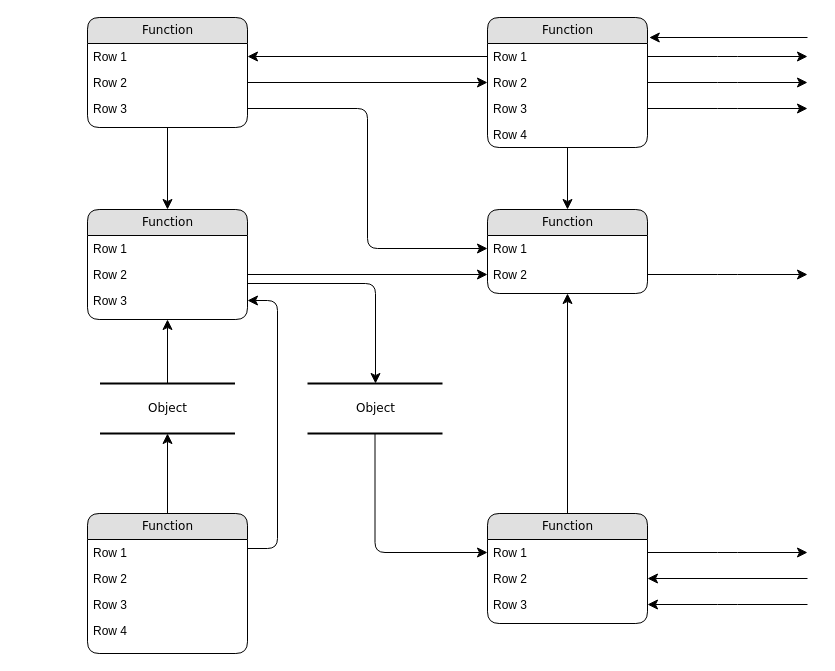
Earlier version of the draw.io diagram diagrams/Untitled Diagram.drawio (fgonzalezr1998/tfg_src). Source tidied: cells renumbered, new cells numbered last; positions are measured from the earlier drawing's top-left corner, leaving out a move shared by most shapes. Both pictures are drawn from the tidied source at 100%, with x=0, y=0 at pixel (87, 17).
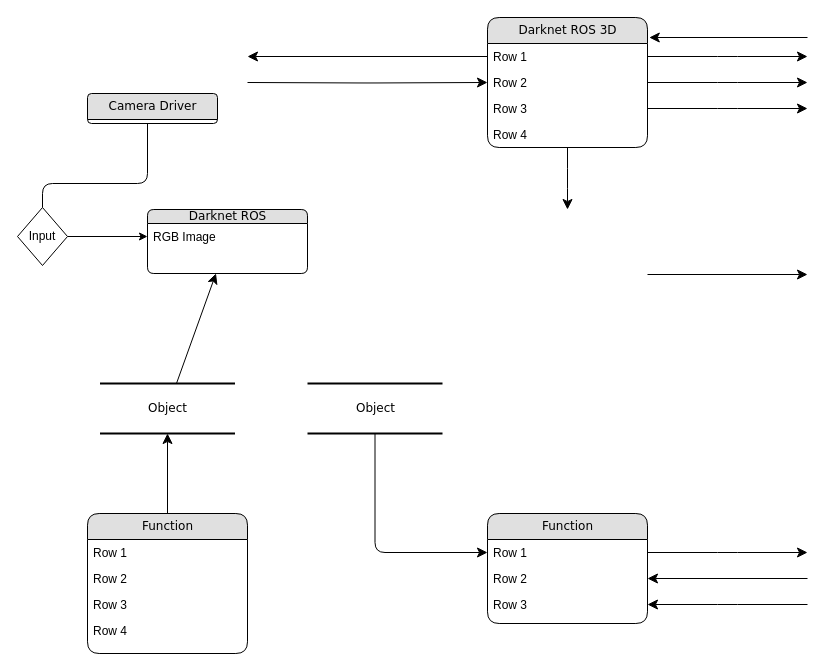
Above is the later version.

Unchanged cells that the change refers to:
```xml
<mxCell id="8" value="Row 1" style="text;html=1;strokeColor=none;fillColor=none;spacingLeft=4;spacingRight=4;whiteSpace=wrap;overflow=hidden;points=[[0,0.5],[1,0.5]];portConstraint=eastwest;" parent="7" vertex="1">
  <mxGeometry y="26" width="160" height="26" as="geometry" />
</mxCell>
<mxCell id="9" value="Row 2" style="text;html=1;strokeColor=none;fillColor=none;spacingLeft=4;spacingRight=4;whiteSpace=wrap;overflow=hidden;points=[[0,0.5],[1,0.5]];portConstraint=eastwest;" parent="7" vertex="1">
  <mxGeometry y="52" width="160" height="26" as="geometry" />
</mxCell>
<mxCell id="16" value="Function" style="swimlane;html=1;fontStyle=0;horizontal=1;startSize=26;fillColor=#e0e0e0;swimlaneFillColor=#ffffff;align=center;rounded=1;shadow=0;comic=0;labelBackgroundColor=none;strokeWidth=1;fontFamily=Verdana;fontSize=12;" parent="1" vertex="1">
  <mxGeometry y="496" width="160" height="140" as="geometry" />
</mxCell>
<mxCell id="24" value="Function" style="swimlane;html=1;fontStyle=0;horizontal=1;startSize=26;fillColor=#e0e0e0;swimlaneFillColor=#ffffff;align=center;rounded=1;shadow=0;comic=0;labelBackgroundColor=none;strokeWidth=1;fontFamily=Verdana;fontSize=12;" parent="1" vertex="1">
  <mxGeometry x="400" y="496" width="160" height="110" as="geometry" />
</mxCell>
<mxCell id="28" value="Object" style="html=1;rounded=0;shadow=0;comic=0;labelBackgroundColor=none;strokeWidth=2;fontFamily=Verdana;fontSize=12;align=center;shape=mxgraph.ios7ui.horLines;" parent="1" vertex="1">
  <mxGeometry x="220" y="366" width="135" height="50" as="geometry" />
</mxCell>
```

Change to the diagram source:
```diff
@@
-    <mxCell id="3" value="Function" style="swimlane;html=1;fontStyle=0;horizontal=1;startSize=26;fillColor=#e0e0e0;swimlaneFillColor=#ffffff;align=center;rounded=1;shadow=0;comic=0;labelBackgroundColor=none;strokeWidth=1;fontFamily=Verdana;fontSize=12;" parent="1" vertex="1">
-      <mxGeometry width="160" height="110" as="geometry" />
+    <mxCell id="3" value="Camera Driver" style="swimlane;html=1;fontStyle=0;horizontal=1;startSize=26;fillColor=#e0e0e0;swimlaneFillColor=#ffffff;align=center;rounded=1;shadow=0;comic=0;labelBackgroundColor=none;strokeWidth=1;fontFamily=Verdana;fontSize=12;" parent="1" vertex="1" collapsed="1">
+      <mxGeometry y="76" width="130" height="30" as="geometry" />
     </mxCell>
-    <mxCell id="4" value="Row 1" style="text;html=1;strokeColor=none;fillColor=none;spacingLeft=4;spacingRight=4;whiteSpace=wrap;overflow=hidden;points=[[0,0.5],[1,0.5]];portConstraint=eastwest;" parent="3" vertex="1">
-      <mxGeometry y="26" width="160" height="26" as="geometry" />
-    </mxCell>
-    <mxCell id="5" value="Row 2" style="text;html=1;strokeColor=none;fillColor=none;spacingLeft=4;spacingRight=4;whiteSpace=wrap;overflow=hidden;points=[[0,0.5],[1,0.5]];portConstraint=eastwest;" parent="3" vertex="1">
-      <mxGeometry y="52" width="160" height="26" as="geometry" />
-    </mxCell>
-    <mxCell id="6" value="Row 3" style="text;html=1;strokeColor=none;fillColor=none;spacingLeft=4;spacingRight=4;whiteSpace=wrap;overflow=hidden;points=[[0,0.5],[1,0.5]];portConstraint=eastwest;" parent="3" vertex="1">
-      <mxGeometry y="78" width="160" height="26" as="geometry" />
-    </mxCell>
-    <mxCell id="7" value="Function" style="swimlane;html=1;fontStyle=0;horizontal=1;startSize=26;fillColor=#e0e0e0;swimlaneFillColor=#ffffff;align=center;rounded=1;shadow=0;comic=0;labelBackgroundColor=none;strokeWidth=1;fontFamily=Verdana;fontSize=12;" parent="1" vertex="1">
+    <mxCell id="7" value="Darknet ROS 3D" style="swimlane;html=1;fontStyle=0;horizontal=1;startSize=26;fillColor=#e0e0e0;swimlaneFillColor=#ffffff;align=center;rounded=1;shadow=0;comic=0;labelBackgroundColor=none;strokeWidth=1;fontFamily=Verdana;fontSize=12;" parent="1" vertex="1">
       <mxGeometry x="400" width="160" height="130" as="geometry" />
     </mxCell>
@@
-    <mxCell id="12" value="Function" style="swimlane;html=1;fontStyle=0;horizontal=1;startSize=26;fillColor=#e0e0e0;swimlaneFillColor=#ffffff;align=center;rounded=1;shadow=0;comic=0;labelBackgroundColor=none;strokeWidth=1;fontFamily=Verdana;fontSize=12;" parent="1" vertex="1">
-      <mxGeometry y="192" width="160" height="110" as="geometry" />
+    <mxCell id="12" value="Darknet ROS" style="swimlane;html=1;fontStyle=0;horizontal=1;startSize=14;fillColor=#e0e0e0;swimlaneFillColor=#ffffff;align=center;rounded=1;shadow=0;comic=0;labelBackgroundColor=none;strokeWidth=1;fontFamily=Verdana;fontSize=12;" parent="1" vertex="1">
+      <mxGeometry x="60" y="192" width="160" height="64" as="geometry" />
     </mxCell>
-    <mxCell id="13" value="Row 1" style="text;html=1;strokeColor=none;fillColor=none;spacingLeft=4;spacingRight=4;whiteSpace=wrap;overflow=hidden;points=[[0,0.5],[1,0.5]];portConstraint=eastwest;" parent="12" vertex="1">
-      <mxGeometry y="26" width="160" height="26" as="geometry" />
+    <mxCell id="13" value="RGB Image" style="text;html=1;strokeColor=none;fillColor=none;spacingLeft=4;spacingRight=4;whiteSpace=wrap;overflow=hidden;points=[[0,0.5],[1,0.5]];portConstraint=eastwest;" parent="12" vertex="1">
+      <mxGeometry y="14" width="160" height="26" as="geometry" />
     </mxCell>
-    <mxCell id="14" value="Row 2" style="text;html=1;strokeColor=none;fillColor=none;spacingLeft=4;spacingRight=4;whiteSpace=wrap;overflow=hidden;points=[[0,0.5],[1,0.5]];portConstraint=eastwest;" parent="12" vertex="1">
-      <mxGeometry y="52" width="160" height="26" as="geometry" />
-    </mxCell>
-    <mxCell id="15" value="Row 3" style="text;html=1;strokeColor=none;fillColor=none;spacingLeft=4;spacingRight=4;whiteSpace=wrap;overflow=hidden;points=[[0,0.5],[1,0.5]];portConstraint=eastwest;" parent="12" vertex="1">
-      <mxGeometry y="78" width="160" height="26" as="geometry" />
-    </mxCell>
@@
-    <mxCell id="21" value="Function" style="swimlane;html=1;fontStyle=0;horizontal=1;startSize=26;fillColor=#e0e0e0;swimlaneFillColor=#ffffff;align=center;rounded=1;shadow=0;comic=0;labelBackgroundColor=none;strokeWidth=1;fontFamily=Verdana;fontSize=12;" parent="1" vertex="1">
-      <mxGeometry x="400" y="192" width="160" height="84" as="geometry" />
-    </mxCell>
-    <mxCell id="22" value="Row 1" style="text;html=1;strokeColor=none;fillColor=none;spacingLeft=4;spacingRight=4;whiteSpace=wrap;overflow=hidden;points=[[0,0.5],[1,0.5]];portConstraint=eastwest;" parent="21" vertex="1">
-      <mxGeometry y="26" width="160" height="26" as="geometry" />
-    </mxCell>
-    <mxCell id="23" value="Row 2" style="text;html=1;strokeColor=none;fillColor=none;spacingLeft=4;spacingRight=4;whiteSpace=wrap;overflow=hidden;points=[[0,0.5],[1,0.5]];portConstraint=eastwest;" parent="21" vertex="1">
-      <mxGeometry y="52" width="160" height="26" as="geometry" />
-    </mxCell>
@@
-    <mxCell id="31" style="edgeStyle=orthogonalEdgeStyle;html=1;labelBackgroundColor=none;startFill=0;startSize=8;endFill=1;endSize=8;fontFamily=Verdana;fontSize=12;exitX=1;exitY=0.25;entryX=1;entryY=0.5;" parent="1" edge="1" source="16" target="15">
-      <mxGeometry relative="1" as="geometry">
-        <Array as="points">
-          <mxPoint x="190" y="531" />
-          <mxPoint x="190" y="283" />
-        </Array>
-      </mxGeometry>
-    </mxCell>
@@
-    <mxCell id="33" style="edgeStyle=orthogonalEdgeStyle;html=1;labelBackgroundColor=none;startFill=0;startSize=8;endFill=1;endSize=8;fontFamily=Verdana;fontSize=12;" parent="1" edge="1" source="12" target="28">
-      <mxGeometry relative="1" as="geometry">
-        <Array as="points">
-          <mxPoint x="288" y="266" />
-        </Array>
-      </mxGeometry>
-    </mxCell>
-    <mxCell id="34" style="edgeStyle=orthogonalEdgeStyle;html=1;labelBackgroundColor=none;startFill=0;startSize=8;endFill=1;endSize=8;fontFamily=Verdana;fontSize=12;" parent="1" edge="1" source="3" target="12">
-      <mxGeometry relative="1" as="geometry" />
-    </mxCell>
-    <mxCell id="35" style="edgeStyle=orthogonalEdgeStyle;html=1;labelBackgroundColor=none;startFill=0;startSize=8;endFill=1;endSize=8;fontFamily=Verdana;fontSize=12;" parent="1" edge="1" source="24" target="21">
-      <mxGeometry relative="1" as="geometry" />
-    </mxCell>
-    <mxCell id="36" style="edgeStyle=orthogonalEdgeStyle;html=1;labelBackgroundColor=none;startFill=0;startSize=8;endFill=1;endSize=8;fontFamily=Verdana;fontSize=12;" parent="1" edge="1" source="7" target="21">
-      <mxGeometry relative="1" as="geometry" />
+    <mxCell id="36" style="edgeStyle=orthogonalEdgeStyle;html=1;labelBackgroundColor=none;startFill=0;startSize=8;endFill=1;endSize=8;fontFamily=Verdana;fontSize=12;" parent="1" edge="1" source="7">
+      <mxGeometry relative="1" as="geometry">
+        <mxPoint x="480" y="192" as="targetPoint" />
+      </mxGeometry>
     </mxCell>
-    <mxCell id="37" style="edgeStyle=orthogonalEdgeStyle;html=1;entryX=0;entryY=0.5;labelBackgroundColor=none;startFill=0;startSize=8;endFill=1;endSize=8;fontFamily=Verdana;fontSize=12;exitX=1;exitY=0.5;" parent="1" edge="1" source="5" target="9">
-      <mxGeometry relative="1" as="geometry" />
+    <mxCell id="37" style="edgeStyle=orthogonalEdgeStyle;html=1;entryX=0;entryY=0.5;labelBackgroundColor=none;startFill=0;startSize=8;endFill=1;endSize=8;fontFamily=Verdana;fontSize=12;exitX=1;exitY=0.5;" parent="1" edge="1" target="9">
+      <mxGeometry relative="1" as="geometry">
+        <mxPoint x="160" y="65" as="sourcePoint" />
+      </mxGeometry>
     </mxCell>
-    <mxCell id="38" style="edgeStyle=orthogonalEdgeStyle;html=1;exitX=0;exitY=0.5;entryX=1;entryY=0.5;labelBackgroundColor=none;startFill=0;startSize=8;endFill=1;endSize=8;fontFamily=Verdana;fontSize=12;" parent="1" edge="1" source="8" target="4">
-      <mxGeometry relative="1" as="geometry" />
+    <mxCell id="38" style="edgeStyle=orthogonalEdgeStyle;html=1;exitX=0;exitY=0.5;entryX=1;entryY=0.5;labelBackgroundColor=none;startFill=0;startSize=8;endFill=1;endSize=8;fontFamily=Verdana;fontSize=12;" parent="1" edge="1" source="8">
+      <mxGeometry relative="1" as="geometry">
+        <mxPoint x="160" y="39" as="targetPoint" />
+      </mxGeometry>
     </mxCell>
-    <mxCell id="39" style="edgeStyle=orthogonalEdgeStyle;html=1;exitX=1;exitY=0.5;entryX=0;entryY=0.5;labelBackgroundColor=none;startFill=0;startSize=8;endFill=1;endSize=8;fontFamily=Verdana;fontSize=12;" parent="1" edge="1" source="6" target="22">
-      <mxGeometry relative="1" as="geometry" />
-    </mxCell>
-    <mxCell id="40" style="edgeStyle=orthogonalEdgeStyle;html=1;exitX=1;exitY=0.5;entryX=0;entryY=0.5;labelBackgroundColor=none;startFill=0;startSize=8;endFill=1;endSize=8;fontFamily=Verdana;fontSize=12;" parent="1" edge="1" source="14" target="23">
-      <mxGeometry relative="1" as="geometry" />
-    </mxCell>
-    <mxCell id="41" style="edgeStyle=orthogonalEdgeStyle;html=1;labelBackgroundColor=none;startFill=0;startSize=8;endFill=1;endSize=8;fontFamily=Verdana;fontSize=12;" parent="1" edge="1" source="23">
+    <mxCell id="41" style="edgeStyle=orthogonalEdgeStyle;html=1;labelBackgroundColor=none;startFill=0;startSize=8;endFill=1;endSize=8;fontFamily=Verdana;fontSize=12;" parent="1" edge="1">
       <mxGeometry relative="1" as="geometry">
+        <mxPoint x="560" y="257" as="sourcePoint" />
         <mxPoint x="720" y="257" as="targetPoint" />
       </mxGeometry>
     </mxCell>
@@
+    <mxCell id="49" style="edgeStyle=orthogonalEdgeStyle;rounded=0;jettySize=auto;html=1;entryX=0;entryY=0.5;entryDx=0;entryDy=0;" parent="1" edge="1" source="50" target="13">
+      <mxGeometry relative="1" as="geometry" />
+    </mxCell>
+    <mxCell id="50" value="Input" style="rhombus;whiteSpace=wrap;html=1;" parent="1" vertex="1">
+      <mxGeometry x="-70" y="190" width="50" height="58" as="geometry" />
+    </mxCell>
+    <mxCell id="51" style="edgeStyle=orthogonalEdgeStyle;html=1;labelBackgroundColor=none;startFill=0;startSize=8;endFill=1;endSize=8;fontFamily=Verdana;fontSize=12;endArrow=none;" parent="1" edge="1" source="3" target="50">
+      <mxGeometry relative="1" as="geometry">
+        <Array as="points">
+          <mxPoint x="60" y="166" />
+          <mxPoint x="-45" y="166" />
+        </Array>
+      </mxGeometry>
+    </mxCell>
```
